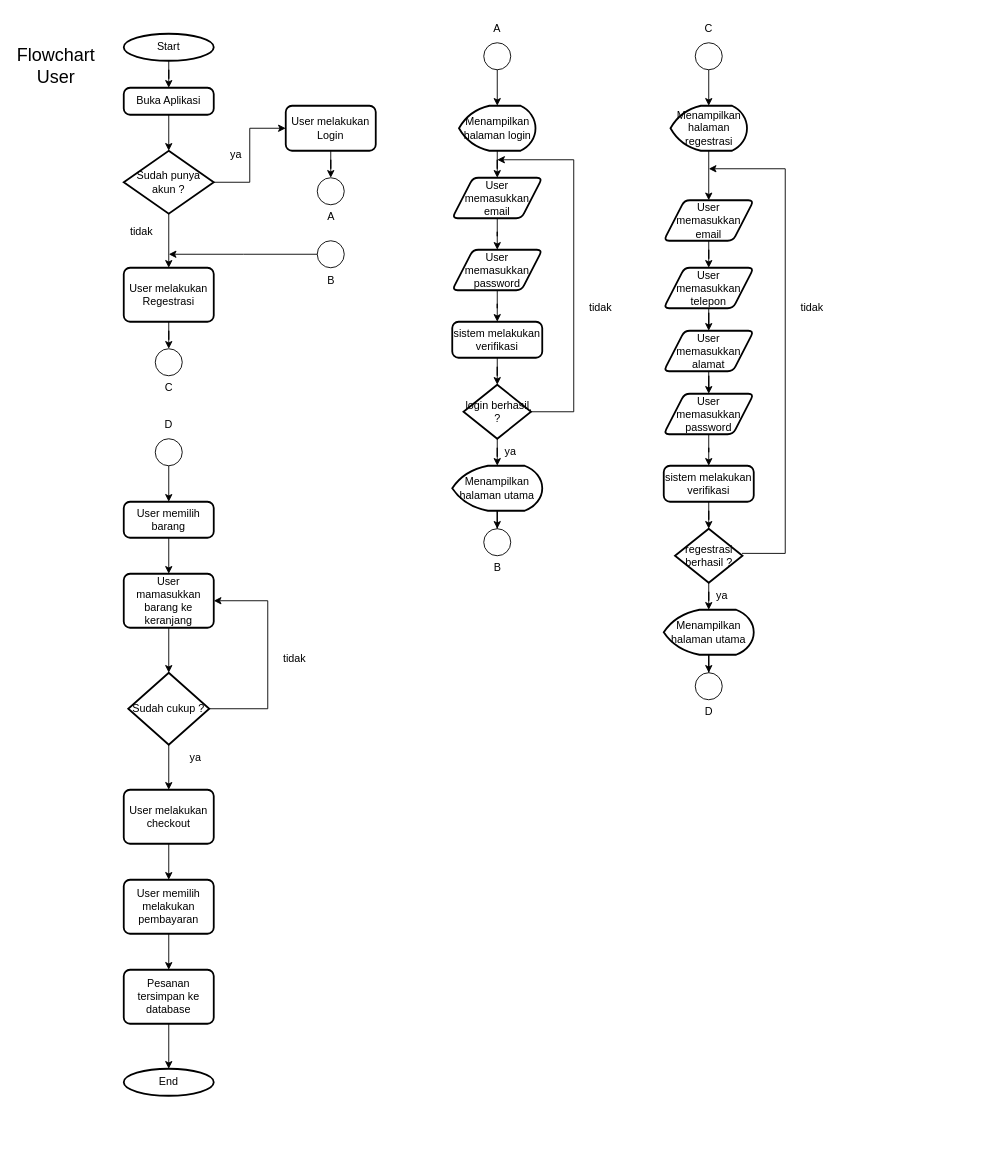
The draw.io diagram Flowchart Ecomerce Elektronik.drawio in zerocode0806/Flowchart-E-Comerce-Elektronik, before the edit. Source tidied: cells renumbered, new cells numbered last; positions are measured from the earlier drawing's top-left corner, leaving out a move shared by most shapes. Both pictures are drawn from the tidied source at 90%, with x=0, y=0 at pixel (15, 15).
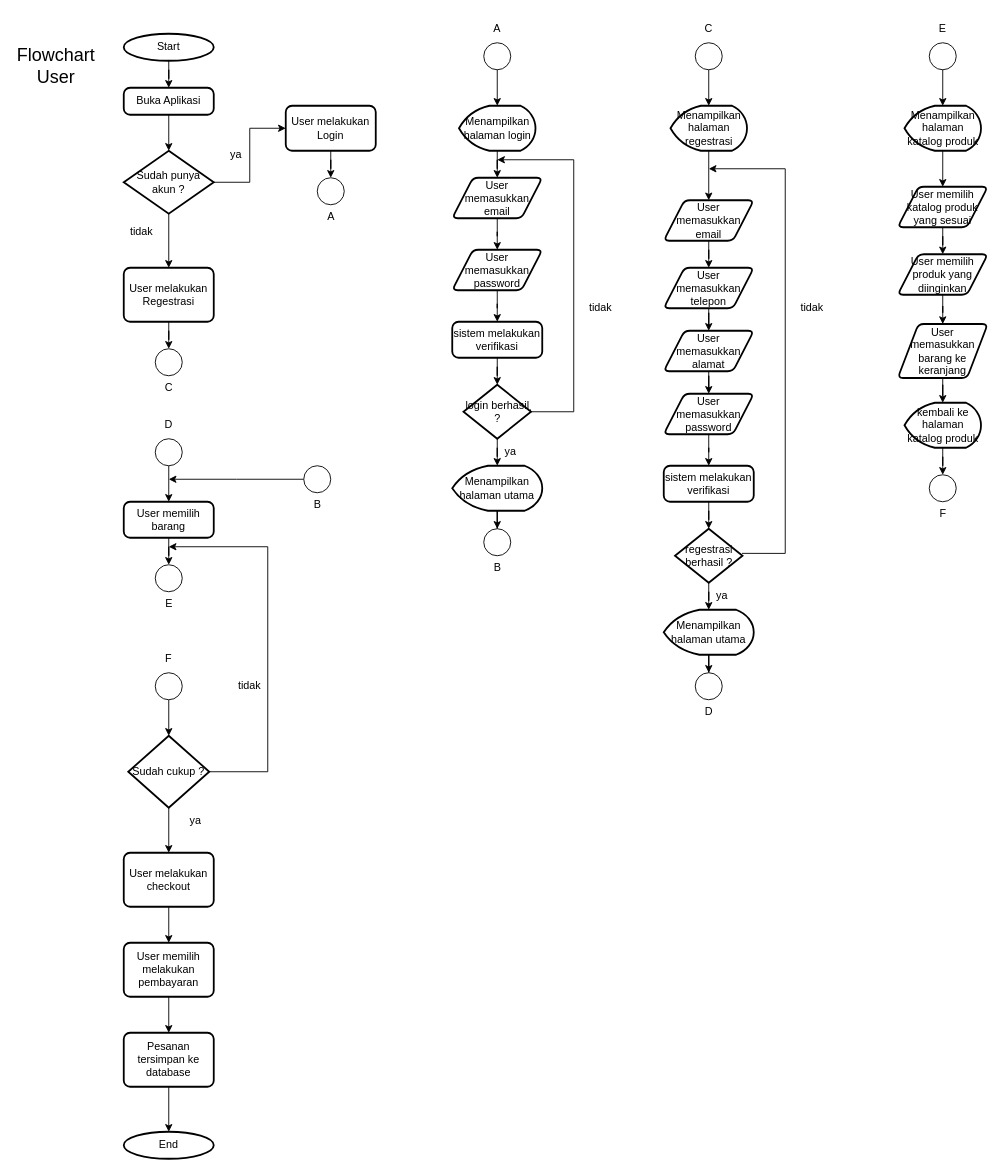
Above is the later version.

Unchanged cells that the change refers to:
```xml
<mxCell id="15" value="User memilih barang" style="rounded=1;whiteSpace=wrap;html=1;absoluteArcSize=1;arcSize=14;strokeWidth=2;" parent="1" vertex="1">
  <mxGeometry x="120" y="540" width="100" height="40" as="geometry" />
</mxCell>
```

Change to the diagram source:
```diff
@@
-    <mxCell id="14" style="edgeStyle=orthogonalEdgeStyle;rounded=0;jettySize=auto;html=1;" parent="1" edge="1" source="15" target="17">
-      <mxGeometry relative="1" as="geometry" />
-    </mxCell>
@@
-    <mxCell id="16" style="edgeStyle=orthogonalEdgeStyle;rounded=0;jettySize=auto;html=1;" parent="1" edge="1" source="17" target="20">
-      <mxGeometry relative="1" as="geometry" />
-    </mxCell>
-    <mxCell id="17" value="User mamasukkan barang ke keranjang" style="rounded=1;whiteSpace=wrap;html=1;absoluteArcSize=1;arcSize=14;strokeWidth=2;" parent="1" vertex="1">
-      <mxGeometry x="120" y="620" width="100" height="60" as="geometry" />
-    </mxCell>
-    <mxCell id="18" style="edgeStyle=orthogonalEdgeStyle;rounded=0;jettySize=auto;html=1;entryX=1;entryY=0.5;entryDx=0;entryDy=0;" parent="1" edge="1" source="20" target="17">
-      <mxGeometry relative="1" as="geometry">
-        <Array as="points">
-          <mxPoint x="280" y="770" />
-          <mxPoint x="280" y="650" />
-        </Array>
-      </mxGeometry>
-    </mxCell>
@@
+    <mxCell id="81" style="edgeStyle=orthogonalEdgeStyle;rounded=0;jettySize=auto;html=1;exitX=1;exitY=0.5;exitDx=0;exitDy=0;exitPerimeter=0;" parent="1" edge="1" source="20">
+      <mxGeometry relative="1" as="geometry">
+        <mxPoint x="170" y="590" as="targetPoint" />
+        <Array as="points">
+          <mxPoint x="280" y="840" />
+          <mxPoint x="280" y="590" />
+        </Array>
+      </mxGeometry>
+    </mxCell>
     <mxCell id="20" value="Sudah cukup ?" style="strokeWidth=2;html=1;shape=mxgraph.flowchart.decision;whiteSpace=wrap;" parent="1" vertex="1">
-      <mxGeometry x="125" y="730" width="90" height="80" as="geometry" />
+      <mxGeometry x="125" y="800" width="90" height="80" as="geometry" />
     </mxCell>
     <mxCell id="21" value="tidak" style="text;html=1;whiteSpace=wrap;strokeColor=none;fillColor=none;align=center;verticalAlign=middle;rounded=0;" parent="1" vertex="1">
-      <mxGeometry x="280" y="700" width="60" height="30" as="geometry" />
+      <mxGeometry x="230" y="730" width="60" height="30" as="geometry" />
     </mxCell>
@@
     <mxCell id="23" value="User melakukan checkout" style="rounded=1;whiteSpace=wrap;html=1;absoluteArcSize=1;arcSize=14;strokeWidth=2;" parent="1" vertex="1">
-      <mxGeometry x="120" y="860" width="100" height="60" as="geometry" />
+      <mxGeometry x="120" y="930" width="100" height="60" as="geometry" />
     </mxCell>
     <mxCell id="24" value="ya" style="text;html=1;whiteSpace=wrap;strokeColor=none;fillColor=none;align=center;verticalAlign=middle;rounded=0;" parent="1" vertex="1">
-      <mxGeometry x="170" y="810" width="60" height="30" as="geometry" />
+      <mxGeometry x="170" y="880" width="60" height="30" as="geometry" />
     </mxCell>
@@
     <mxCell id="26" value="User memilih melakukan pembayaran" style="rounded=1;whiteSpace=wrap;html=1;absoluteArcSize=1;arcSize=14;strokeWidth=2;" parent="1" vertex="1">
-      <mxGeometry x="120" y="960" width="100" height="60" as="geometry" />
+      <mxGeometry x="120" y="1030" width="100" height="60" as="geometry" />
     </mxCell>
@@
     <mxCell id="28" value="Pesanan tersimpan ke database" style="rounded=1;whiteSpace=wrap;html=1;absoluteArcSize=1;arcSize=14;strokeWidth=2;" parent="1" vertex="1">
-      <mxGeometry x="120" y="1060" width="100" height="60" as="geometry" />
+      <mxGeometry x="120" y="1130" width="100" height="60" as="geometry" />
     </mxCell>
     <mxCell id="29" value="End" style="strokeWidth=2;html=1;shape=mxgraph.flowchart.start_1;whiteSpace=wrap;" parent="1" vertex="1">
-      <mxGeometry x="120" y="1170" width="100" height="30" as="geometry" />
+      <mxGeometry x="120" y="1240" width="100" height="30" as="geometry" />
     </mxCell>
@@
-    <mxCell id="51" style="edgeStyle=orthogonalEdgeStyle;rounded=0;jettySize=auto;html=1;" parent="1" edge="1" source="52">
-      <mxGeometry relative="1" as="geometry">
-        <mxPoint x="170" y="265" as="targetPoint" />
-      </mxGeometry>
-    </mxCell>
+    <mxCell id="82" style="edgeStyle=orthogonalEdgeStyle;rounded=0;jettySize=auto;html=1;" parent="1" edge="1" source="52">
+      <mxGeometry relative="1" as="geometry">
+        <mxPoint x="170" y="515" as="targetPoint" />
+      </mxGeometry>
+    </mxCell>
     <mxCell id="52" value="B" style="verticalLabelPosition=bottom;verticalAlign=top;html=1;shape=mxgraph.flowchart.on-page_reference;" parent="1" vertex="1">
-      <mxGeometry x="335" y="250" width="30" height="30" as="geometry" />
+      <mxGeometry x="320" y="500" width="30" height="30" as="geometry" />
     </mxCell>
@@
+    <mxCell id="83" value="&lt;div style=&quot;&quot;&gt;&lt;br&gt;&lt;/div&gt;" style="verticalLabelPosition=bottom;verticalAlign=top;html=1;shape=mxgraph.flowchart.on-page_reference;align=center;" parent="1" vertex="1">
+      <mxGeometry x="1015" y="30" width="30" height="30" as="geometry" />
+    </mxCell>
+    <mxCell id="84" style="edgeStyle=orthogonalEdgeStyle;rounded=0;jettySize=auto;html=1;" parent="1" edge="1" source="85" target="89">
+      <mxGeometry relative="1" as="geometry" />
+    </mxCell>
+    <mxCell id="85" value="Menampilkan halaman katalog produk" style="strokeWidth=2;html=1;shape=mxgraph.flowchart.display;whiteSpace=wrap;" parent="1" vertex="1">
+      <mxGeometry x="987.5" y="100" width="85" height="50" as="geometry" />
+    </mxCell>
+    <mxCell id="86" style="edgeStyle=orthogonalEdgeStyle;rounded=0;jettySize=auto;html=1;entryX=0.5;entryY=0;entryDx=0;entryDy=0;entryPerimeter=0;" parent="1" edge="1" source="83" target="85">
+      <mxGeometry relative="1" as="geometry" />
+    </mxCell>
+    <mxCell id="87" value="E" style="text;html=1;whiteSpace=wrap;strokeColor=none;fillColor=none;align=center;verticalAlign=middle;rounded=0;" parent="1" vertex="1">
+      <mxGeometry x="1000" width="60" height="30" as="geometry" />
+    </mxCell>
+    <mxCell id="88" style="edgeStyle=orthogonalEdgeStyle;rounded=0;jettySize=auto;html=1;" parent="1" edge="1" source="89" target="91">
+      <mxGeometry relative="1" as="geometry" />
+    </mxCell>
+    <mxCell id="89" value="User memilih katalog produk yang sesuai" style="shape=parallelogram;html=1;strokeWidth=2;perimeter=parallelogramPerimeter;whiteSpace=wrap;rounded=1;arcSize=12;size=0.23;" parent="1" vertex="1">
+      <mxGeometry x="980" y="190" width="100" height="45" as="geometry" />
+    </mxCell>
+    <mxCell id="90" style="edgeStyle=orthogonalEdgeStyle;rounded=0;jettySize=auto;html=1;" parent="1" edge="1" source="91" target="93">
+      <mxGeometry relative="1" as="geometry" />
+    </mxCell>
+    <mxCell id="91" value="User memilih produk yang diinginkan" style="shape=parallelogram;html=1;strokeWidth=2;perimeter=parallelogramPerimeter;whiteSpace=wrap;rounded=1;arcSize=12;size=0.23;" parent="1" vertex="1">
+      <mxGeometry x="980" y="265" width="100" height="45" as="geometry" />
+    </mxCell>
+    <mxCell id="92" style="edgeStyle=orthogonalEdgeStyle;rounded=0;jettySize=auto;html=1;" parent="1" edge="1" source="93" target="95">
+      <mxGeometry relative="1" as="geometry" />
+    </mxCell>
+    <mxCell id="93" value="User memasukkan barang ke keranjang" style="shape=parallelogram;html=1;strokeWidth=2;perimeter=parallelogramPerimeter;whiteSpace=wrap;rounded=1;arcSize=12;size=0.23;" parent="1" vertex="1">
+      <mxGeometry x="980" y="342.5" width="100" height="60" as="geometry" />
+    </mxCell>
+    <mxCell id="94" style="edgeStyle=orthogonalEdgeStyle;rounded=0;jettySize=auto;html=1;" parent="1" edge="1" source="95" target="96">
+      <mxGeometry relative="1" as="geometry" />
+    </mxCell>
+    <mxCell id="95" value="kembali ke halaman katalog produk" style="strokeWidth=2;html=1;shape=mxgraph.flowchart.display;whiteSpace=wrap;" parent="1" vertex="1">
+      <mxGeometry x="987.5" y="430" width="85" height="50" as="geometry" />
+    </mxCell>
+    <mxCell id="96" value="F" style="verticalLabelPosition=bottom;verticalAlign=top;html=1;shape=mxgraph.flowchart.on-page_reference;" parent="1" vertex="1">
+      <mxGeometry x="1015" y="510" width="30" height="30" as="geometry" />
+    </mxCell>
+    <mxCell id="97" value="E" style="verticalLabelPosition=bottom;verticalAlign=top;html=1;shape=mxgraph.flowchart.on-page_reference;" parent="1" vertex="1">
+      <mxGeometry x="155" y="610" width="30" height="30" as="geometry" />
+    </mxCell>
+    <mxCell id="98" style="edgeStyle=orthogonalEdgeStyle;rounded=0;jettySize=auto;html=1;entryX=0.5;entryY=0;entryDx=0;entryDy=0;entryPerimeter=0;" parent="1" edge="1" source="15" target="97">
+      <mxGeometry relative="1" as="geometry" />
+    </mxCell>
+    <mxCell id="99" style="edgeStyle=orthogonalEdgeStyle;rounded=0;jettySize=auto;html=1;" parent="1" edge="1" source="100" target="20">
+      <mxGeometry relative="1" as="geometry" />
+    </mxCell>
+    <mxCell id="100" value="&lt;div style=&quot;&quot;&gt;&lt;br&gt;&lt;/div&gt;" style="verticalLabelPosition=bottom;verticalAlign=top;html=1;shape=mxgraph.flowchart.on-page_reference;align=center;" parent="1" vertex="1">
+      <mxGeometry x="155" y="730" width="30" height="30" as="geometry" />
+    </mxCell>
+    <mxCell id="101" value="F" style="text;html=1;whiteSpace=wrap;strokeColor=none;fillColor=none;align=center;verticalAlign=middle;rounded=0;" parent="1" vertex="1">
+      <mxGeometry x="140" y="700" width="60" height="30" as="geometry" />
+    </mxCell>
```
